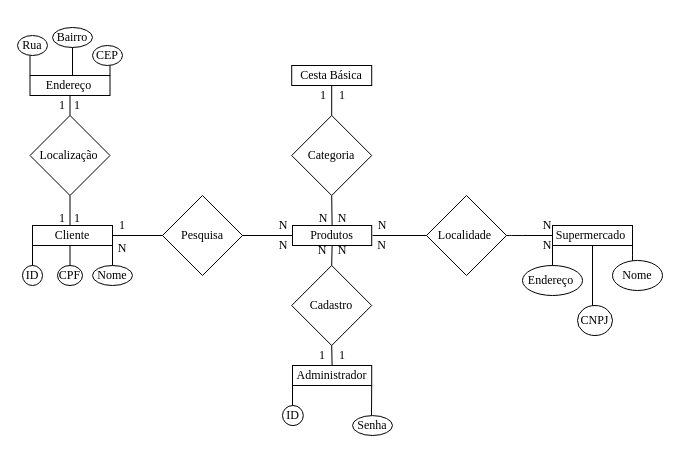
Above: Diagrama sem título.drawio in EmilyNicoleA/Compara-o- (draw.io), before the change. Source tidied: cells renumbered, new cells numbered last; positions are measured from the earlier drawing's top-left corner, leaving out a move shared by most shapes. Both pictures are drawn from the tidied source at 100%, with x=0, y=0 at pixel (17, 27).
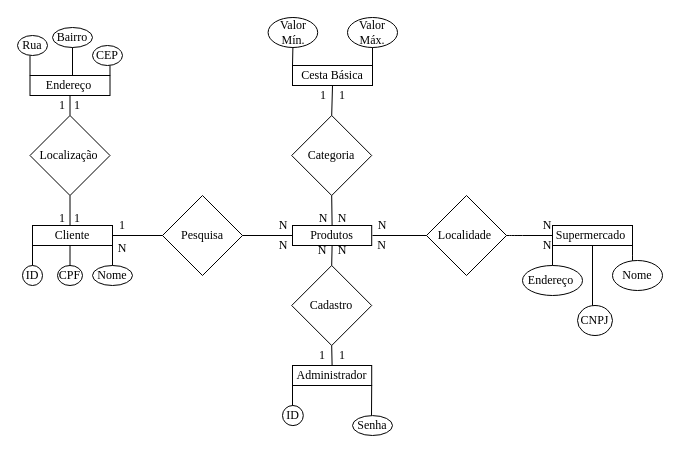
After the change.

Commit message:
Diagrama Entidade-Relacionamento: Supermercado

The edit, as a diff of the source:
```diff
@@
     <mxCell id="14" value="&lt;font face=&quot;Times New Roman&quot;&gt;Cesta Básica&lt;/font&gt;" style="rounded=0;whiteSpace=wrap;html=1;" parent="1" vertex="1">
-      <mxGeometry x="274.2" y="38" width="80" height="20" as="geometry" />
+      <mxGeometry x="275" y="38" width="80" height="20" as="geometry" />
     </mxCell>
@@
+    <mxCell id="65" value="&lt;font face=&quot;Times New Roman&quot; style=&quot;font-size: 12px&quot;&gt;Valor&lt;br&gt;Mín.&lt;/font&gt;" style="ellipse;whiteSpace=wrap;html=1;" parent="1" vertex="1">
+      <mxGeometry x="250.6" y="-10" width="49.6" height="30" as="geometry" />
+    </mxCell>
+    <mxCell id="66" value="&lt;font face=&quot;Times New Roman&quot;&gt;Valor&lt;br&gt;Máx.&lt;/font&gt;" style="ellipse;whiteSpace=wrap;html=1;" parent="1" vertex="1">
+      <mxGeometry x="330" y="-10" width="50" height="30" as="geometry" />
+    </mxCell>
+    <mxCell id="67" style="endArrow=none;html=1;entryX=0.5;entryY=1;entryDx=0;entryDy=0;exitX=1;exitY=0;exitDx=0;exitDy=0;" parent="1" edge="1" source="14" target="66">
+      <mxGeometry relative="1" as="geometry" />
+    </mxCell>
+    <mxCell id="68" style="endArrow=none;html=1;entryX=0.5;entryY=1;entryDx=0;entryDy=0;exitX=0;exitY=0;exitDx=0;exitDy=0;" parent="1" edge="1" source="14" target="65">
+      <mxGeometry relative="1" as="geometry" />
+    </mxCell>
```
